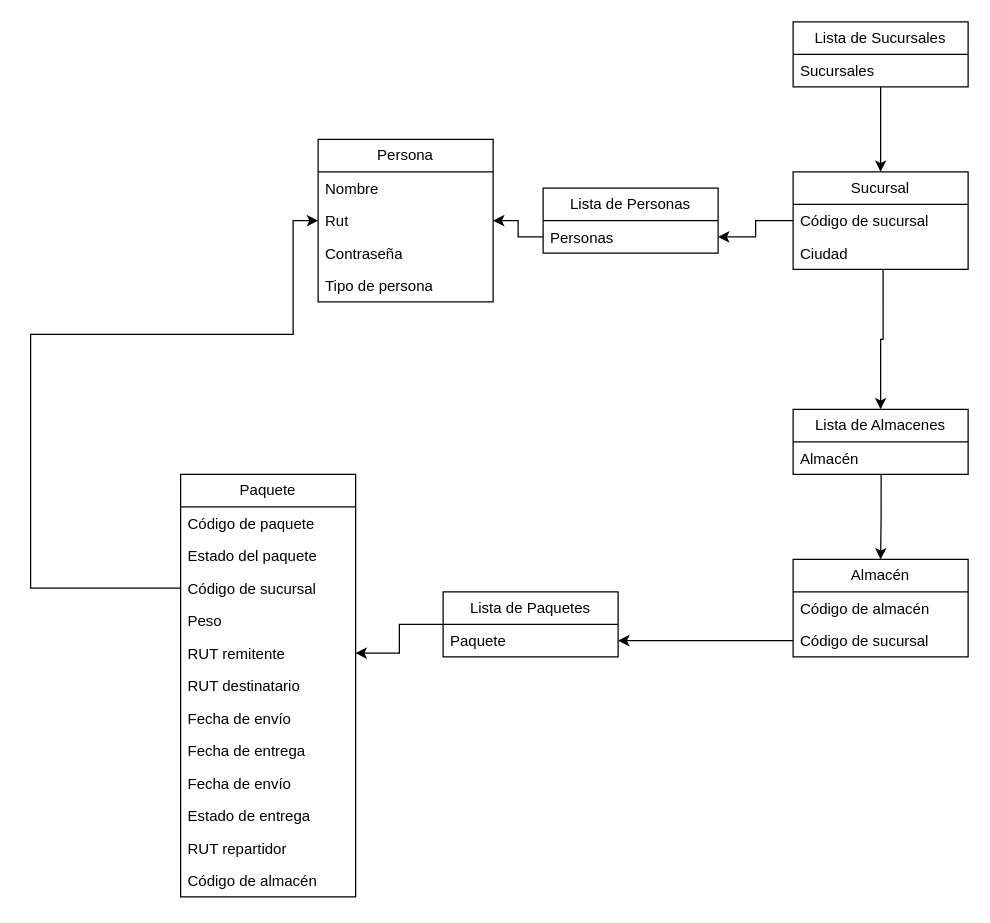
Before: Modelo dominio.drawio in Charmandiox9/Taller-2-POO-2023, a draw.io diagram. Source tidied: cells renumbered, new cells numbered last; positions are measured from the earlier drawing's top-left corner, leaving out a move shared by most shapes. Both pictures are drawn from the tidied source at 125%, with x=0, y=0 at pixel (30, 21).
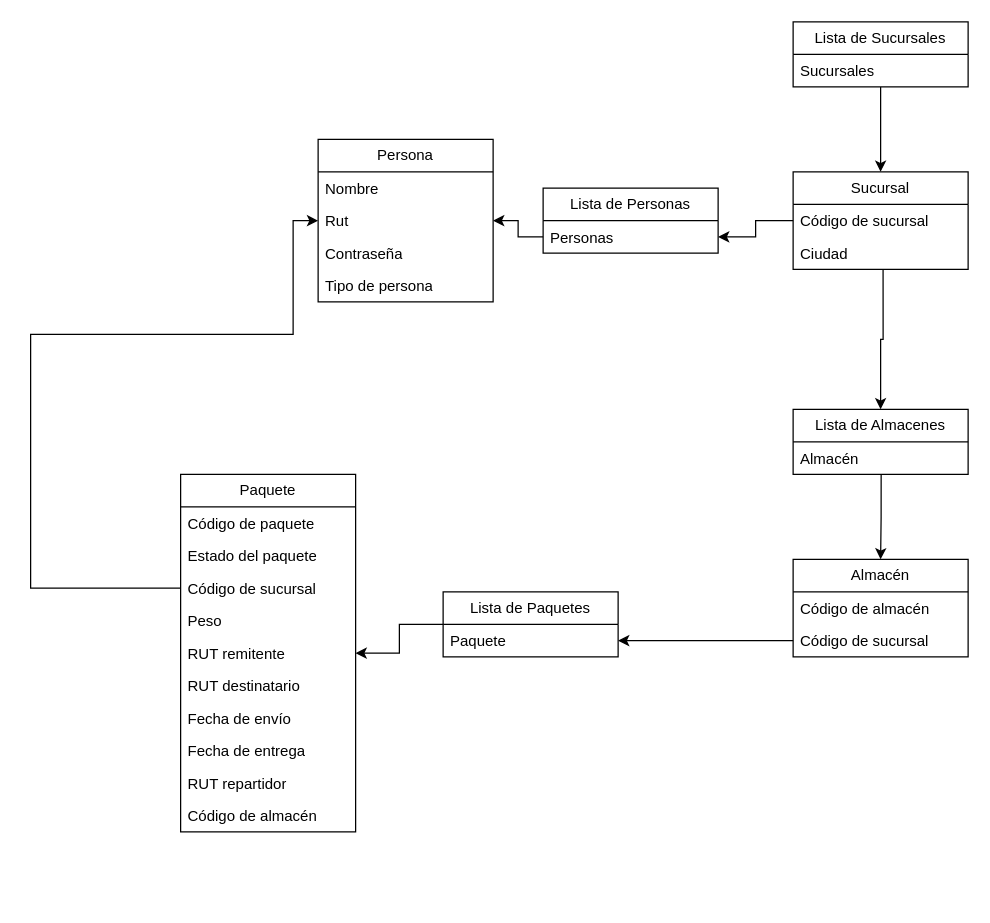
The same page after the edit.

The edit, as a diff of the source:
```diff
@@
     <mxCell id="13" value="Paquete" style="swimlane;fontStyle=0;horizontal=1;startSize=26;fillColor=none;whiteSpace=wrap;html=1;" parent="1" vertex="1">
-      <mxGeometry x="120" y="362" width="140" height="338" as="geometry" />
+      <mxGeometry x="120" y="362" width="140" height="286" as="geometry" />
     </mxCell>
@@
-    <mxCell id="22" value="Fecha de envío" style="text;strokeColor=none;fillColor=none;align=left;verticalAlign=top;spacingLeft=4;spacingRight=4;overflow=hidden;whiteSpace=wrap;html=1;" parent="13" vertex="1">
-      <mxGeometry y="234" width="140" height="26" as="geometry" />
-    </mxCell>
-    <mxCell id="23" value="Estado de entrega" style="text;strokeColor=none;fillColor=none;align=left;verticalAlign=top;spacingLeft=4;spacingRight=4;overflow=hidden;whiteSpace=wrap;html=1;" parent="13" vertex="1">
-      <mxGeometry y="260" width="140" height="26" as="geometry" />
-    </mxCell>
     <mxCell id="24" value="RUT repartidor" style="text;strokeColor=none;fillColor=none;align=left;verticalAlign=top;spacingLeft=4;spacingRight=4;overflow=hidden;whiteSpace=wrap;html=1;" parent="13" vertex="1">
-      <mxGeometry y="286" width="140" height="26" as="geometry" />
+      <mxGeometry y="234" width="140" height="26" as="geometry" />
     </mxCell>
     <mxCell id="25" value="Código de almacén" style="text;strokeColor=none;fillColor=none;align=left;verticalAlign=top;spacingLeft=4;spacingRight=4;overflow=hidden;whiteSpace=wrap;html=1;" parent="13" vertex="1">
-      <mxGeometry y="312" width="140" height="26" as="geometry" />
+      <mxGeometry y="260" width="140" height="26" as="geometry" />
     </mxCell>
```
